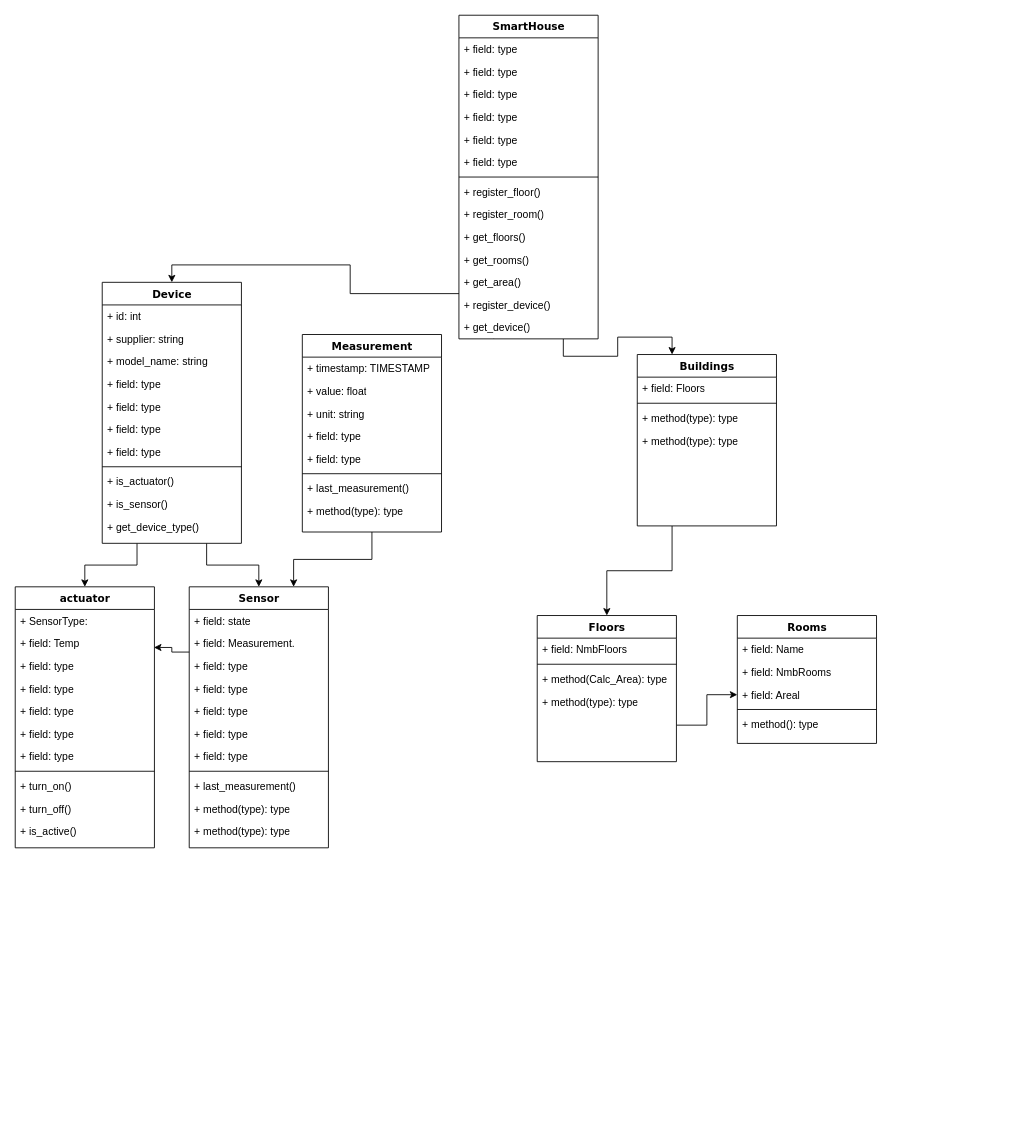
The draw.io diagram Untitled Diagram.drawio in Olesingithub/ing301project-gruppe10, before the edit. Source tidied: cells renumbered, new cells numbered last; positions are measured from the earlier drawing's top-left corner, leaving out a move shared by most shapes. Both pictures are drawn from the tidied source at 87%, with x=0, y=0 at pixel (15, 15).
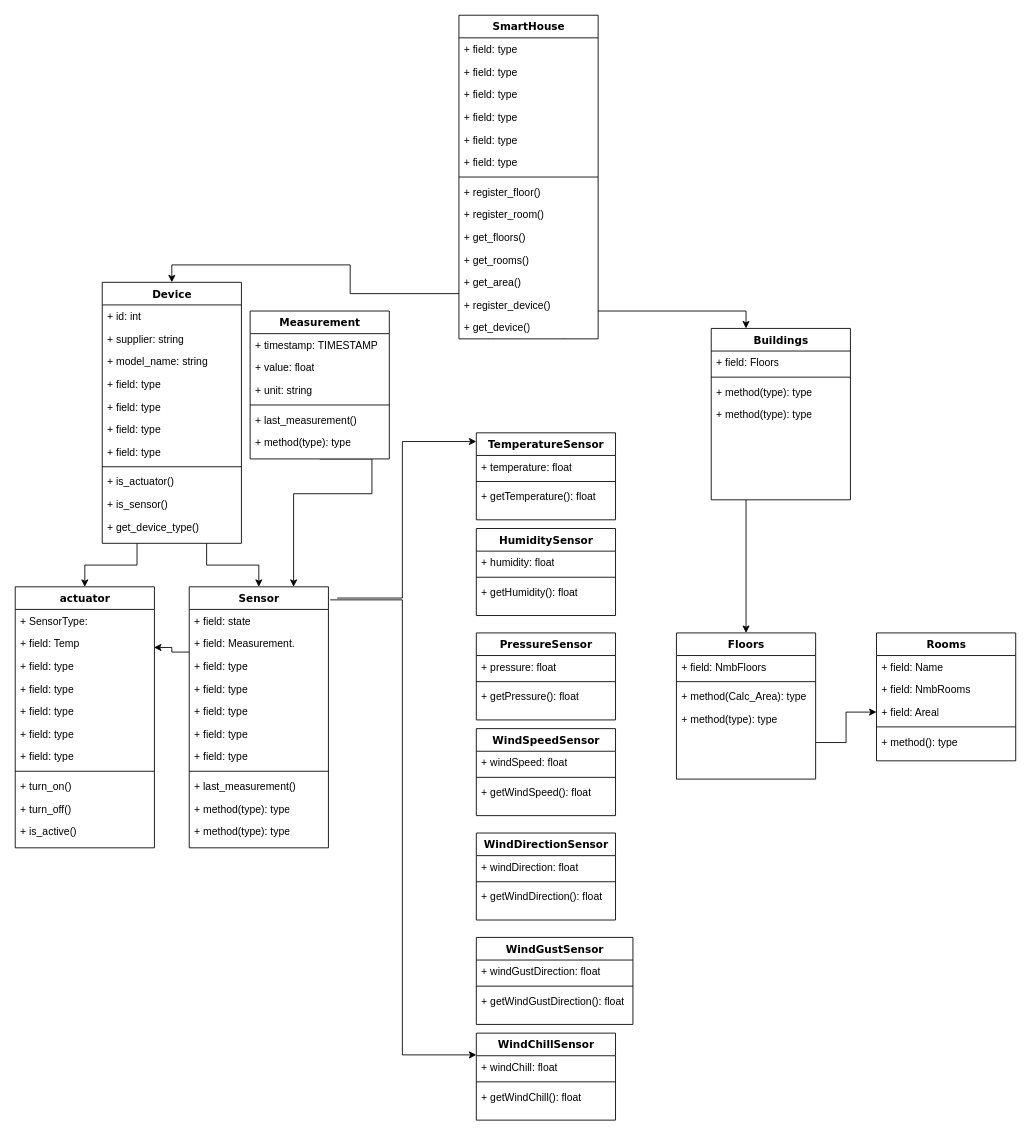
The same page after the edit.

Commit message (it also covers changes not shown here):
Added classes to diagram

Unchanged cells that the change refers to:
```xml
<mxCell id="14" value="SmartHouse" style="swimlane;html=1;fontStyle=1;align=center;verticalAlign=top;horizontal=1;startSize=26;swimlaneFillColor=#ffffff;rounded=0;shadow=0;comic=0;labelBackgroundColor=none;strokeWidth=1;fillColor=none;fontFamily=Verdana;fontSize=12;" parent="1" vertex="1">
  <mxGeometry x="510" width="160" height="372" as="geometry" />
</mxCell>
<mxCell id="35" value="Sensor" style="swimlane;html=1;fontStyle=1;align=center;verticalAlign=top;horizontal=1;startSize=26;swimlaneFillColor=#ffffff;rounded=0;shadow=0;comic=0;labelBackgroundColor=none;strokeWidth=1;fillColor=none;fontFamily=Verdana;fontSize=12;" parent="1" vertex="1">
  <mxGeometry x="200" y="657" width="160" height="300" as="geometry" />
</mxCell>
```

Change to the diagram source:
```diff
@@
     <mxCell id="2" style="edgeStyle=orthogonalEdgeStyle;rounded=0;jettySize=auto;html=1;exitX=0.5;exitY=1;exitDx=0;exitDy=0;entryX=0.75;entryY=0;entryDx=0;entryDy=0;" parent="1" edge="1" source="3" target="35">
-      <mxGeometry relative="1" as="geometry" />
+      <mxGeometry relative="1" as="geometry">
+        <Array as="points">
+          <mxPoint x="410" y="550" />
+          <mxPoint x="320" y="550" />
+        </Array>
+      </mxGeometry>
     </mxCell>
     <mxCell id="3" value="Measurement" style="swimlane;html=1;fontStyle=1;align=center;verticalAlign=top;horizontal=1;startSize=26;swimlaneFillColor=#ffffff;rounded=0;shadow=0;comic=0;labelBackgroundColor=none;strokeWidth=1;fillColor=none;fontFamily=Verdana;fontSize=12;" parent="1" vertex="1">
-      <mxGeometry x="330" y="367" width="160" height="227" as="geometry" />
+      <mxGeometry x="270" y="340" width="160" height="170" as="geometry" />
     </mxCell>
@@
-    <mxCell id="7" value="+ field: type" style="text;html=1;strokeColor=none;fillColor=none;align=left;verticalAlign=top;spacingLeft=4;spacingRight=4;whiteSpace=wrap;overflow=hidden;" parent="3" vertex="1">
-      <mxGeometry y="104" width="160" height="26" as="geometry" />
-    </mxCell>
-    <mxCell id="8" value="+ field: type" style="text;html=1;strokeColor=none;fillColor=none;align=left;verticalAlign=top;spacingLeft=4;spacingRight=4;whiteSpace=wrap;overflow=hidden;" parent="3" vertex="1">
-      <mxGeometry y="130" width="160" height="26" as="geometry" />
-    </mxCell>
     <mxCell id="9" style="line;html=1;strokeWidth=1;fillColor=none;align=left;verticalAlign=middle;spacingTop=-1;spacingLeft=3;spacingRight=3;labelPosition=right;" parent="3" vertex="1">
-      <mxGeometry y="156" width="160" height="8" as="geometry" />
+      <mxGeometry y="104" width="160" height="8" as="geometry" />
     </mxCell>
     <mxCell id="10" value="+ last_measurement()" style="text;html=1;strokeColor=none;fillColor=none;align=left;verticalAlign=top;spacingLeft=4;spacingRight=4;whiteSpace=wrap;overflow=hidden;" parent="3" vertex="1">
-      <mxGeometry y="164" width="160" height="26" as="geometry" />
+      <mxGeometry y="112" width="160" height="26" as="geometry" />
     </mxCell>
     <mxCell id="11" value="+ method(type): type" style="text;html=1;strokeColor=none;fillColor=none;align=left;verticalAlign=top;spacingLeft=4;spacingRight=4;whiteSpace=wrap;overflow=hidden;" parent="3" vertex="1">
-      <mxGeometry y="190" width="160" height="26" as="geometry" />
+      <mxGeometry y="138" width="160" height="26" as="geometry" />
     </mxCell>
@@
     <mxCell id="13" style="edgeStyle=orthogonalEdgeStyle;rounded=0;jettySize=auto;html=1;exitX=0.75;exitY=1;exitDx=0;exitDy=0;entryX=0.25;entryY=0;entryDx=0;entryDy=0;" parent="1" edge="1" source="14" target="30">
-      <mxGeometry relative="1" as="geometry" />
+      <mxGeometry relative="1" as="geometry">
+        <Array as="points">
+          <mxPoint x="630" y="340" />
+          <mxPoint x="840" y="340" />
+        </Array>
+      </mxGeometry>
     </mxCell>
@@
     <mxCell id="30" value="Buildings" style="swimlane;html=1;fontStyle=1;align=center;verticalAlign=top;horizontal=1;startSize=26;swimlaneFillColor=#ffffff;rounded=0;shadow=0;comic=0;labelBackgroundColor=none;strokeWidth=1;fillColor=none;fontFamily=Verdana;fontSize=12;" parent="1" vertex="1">
-      <mxGeometry x="715" y="390" width="160" height="197" as="geometry" />
+      <mxGeometry x="800" y="360" width="160" height="197" as="geometry" />
     </mxCell>
@@
     <mxCell id="48" value="Floors" style="swimlane;html=1;fontStyle=1;align=center;verticalAlign=top;horizontal=1;startSize=26;swimlaneFillColor=#ffffff;rounded=0;shadow=0;comic=0;labelBackgroundColor=none;strokeWidth=1;fillColor=none;fontFamily=Verdana;fontSize=12;" parent="1" vertex="1">
-      <mxGeometry x="600" y="690" width="160" height="168" as="geometry" />
+      <mxGeometry x="760" y="710" width="160" height="168" as="geometry" />
     </mxCell>
@@
     <mxCell id="53" value="Rooms" style="swimlane;html=1;fontStyle=1;align=center;verticalAlign=top;horizontal=1;startSize=26;swimlaneFillColor=#ffffff;rounded=0;shadow=0;comic=0;labelBackgroundColor=none;strokeWidth=1;fillColor=none;fontFamily=Verdana;fontSize=12;" parent="1" vertex="1">
-      <mxGeometry x="830" y="690" width="160" height="147" as="geometry" />
+      <mxGeometry x="990" y="710" width="160" height="147" as="geometry" />
     </mxCell>
@@
+    <mxCell id="86" value="TemperatureSensor" style="swimlane;html=1;fontStyle=1;align=center;verticalAlign=top;horizontal=1;startSize=26;swimlaneFillColor=#ffffff;rounded=0;shadow=0;comic=0;labelBackgroundColor=none;strokeWidth=1;fillColor=none;fontFamily=Verdana;fontSize=12;" parent="1" vertex="1">
+      <mxGeometry x="530" y="480" width="160" height="100" as="geometry" />
+    </mxCell>
+    <mxCell id="87" value="+ temperature: float&lt;div&gt;&lt;br&gt;&lt;/div&gt;" style="text;html=1;strokeColor=none;fillColor=none;align=left;verticalAlign=top;spacingLeft=4;spacingRight=4;whiteSpace=wrap;overflow=hidden;" parent="86" vertex="1">
+      <mxGeometry y="26" width="160" height="26" as="geometry" />
+    </mxCell>
+    <mxCell id="88" style="line;html=1;strokeWidth=1;fillColor=none;align=left;verticalAlign=middle;spacingTop=-1;spacingLeft=3;spacingRight=3;labelPosition=right;" parent="86" vertex="1">
+      <mxGeometry y="52" width="160" height="8" as="geometry" />
+    </mxCell>
+    <mxCell id="89" value="+ getTemperature(): float" style="text;html=1;strokeColor=none;fillColor=none;align=left;verticalAlign=top;spacingLeft=4;spacingRight=4;whiteSpace=wrap;overflow=hidden;" parent="86" vertex="1">
+      <mxGeometry y="60" width="160" height="26" as="geometry" />
+    </mxCell>
+    <mxCell id="90" value="HumiditySensor" style="swimlane;html=1;fontStyle=1;align=center;verticalAlign=top;horizontal=1;startSize=26;swimlaneFillColor=#ffffff;rounded=0;shadow=0;comic=0;labelBackgroundColor=none;strokeWidth=1;fillColor=none;fontFamily=Verdana;fontSize=12;" parent="1" vertex="1">
+      <mxGeometry x="530" y="590" width="160" height="100" as="geometry" />
+    </mxCell>
+    <mxCell id="91" value="+ humidity: float&lt;div&gt;&lt;div&gt;&lt;br&gt;&lt;/div&gt;&lt;/div&gt;" style="text;html=1;strokeColor=none;fillColor=none;align=left;verticalAlign=top;spacingLeft=4;spacingRight=4;whiteSpace=wrap;overflow=hidden;" parent="90" vertex="1">
+      <mxGeometry y="26" width="160" height="26" as="geometry" />
+    </mxCell>
+    <mxCell id="92" style="line;html=1;strokeWidth=1;fillColor=none;align=left;verticalAlign=middle;spacingTop=-1;spacingLeft=3;spacingRight=3;labelPosition=right;" parent="90" vertex="1">
+      <mxGeometry y="52" width="160" height="8" as="geometry" />
+    </mxCell>
+    <mxCell id="93" value="+ getHumidity(): float" style="text;html=1;strokeColor=none;fillColor=none;align=left;verticalAlign=top;spacingLeft=4;spacingRight=4;whiteSpace=wrap;overflow=hidden;" parent="90" vertex="1">
+      <mxGeometry y="60" width="160" height="26" as="geometry" />
+    </mxCell>
+    <mxCell id="94" value="PressureSensor" style="swimlane;html=1;fontStyle=1;align=center;verticalAlign=top;horizontal=1;startSize=26;swimlaneFillColor=#ffffff;rounded=0;shadow=0;comic=0;labelBackgroundColor=none;strokeWidth=1;fillColor=none;fontFamily=Verdana;fontSize=12;" parent="1" vertex="1">
+      <mxGeometry x="530" y="710" width="160" height="100" as="geometry" />
+    </mxCell>
+    <mxCell id="95" value="+ pressure: float" style="text;html=1;strokeColor=none;fillColor=none;align=left;verticalAlign=top;spacingLeft=4;spacingRight=4;whiteSpace=wrap;overflow=hidden;" parent="94" vertex="1">
+      <mxGeometry y="26" width="160" height="26" as="geometry" />
+    </mxCell>
+    <mxCell id="96" style="line;html=1;strokeWidth=1;fillColor=none;align=left;verticalAlign=middle;spacingTop=-1;spacingLeft=3;spacingRight=3;labelPosition=right;" parent="94" vertex="1">
+      <mxGeometry y="52" width="160" height="8" as="geometry" />
+    </mxCell>
+    <mxCell id="97" value="+ getPressure(): float" style="text;html=1;strokeColor=none;fillColor=none;align=left;verticalAlign=top;spacingLeft=4;spacingRight=4;whiteSpace=wrap;overflow=hidden;" parent="94" vertex="1">
+      <mxGeometry y="60" width="160" height="26" as="geometry" />
+    </mxCell>
+    <mxCell id="98" value="WindSpeedSensor" style="swimlane;html=1;fontStyle=1;align=center;verticalAlign=top;horizontal=1;startSize=26;swimlaneFillColor=#ffffff;rounded=0;shadow=0;comic=0;labelBackgroundColor=none;strokeWidth=1;fillColor=none;fontFamily=Verdana;fontSize=12;" parent="1" vertex="1">
+      <mxGeometry x="530" y="820" width="160" height="100" as="geometry" />
+    </mxCell>
+    <mxCell id="99" value="+ windSpeed: float&lt;div&gt;&lt;div&gt;&lt;br&gt;&lt;/div&gt;&lt;/div&gt;" style="text;html=1;strokeColor=none;fillColor=none;align=left;verticalAlign=top;spacingLeft=4;spacingRight=4;whiteSpace=wrap;overflow=hidden;" parent="98" vertex="1">
+      <mxGeometry y="26" width="160" height="26" as="geometry" />
+    </mxCell>
+    <mxCell id="100" style="line;html=1;strokeWidth=1;fillColor=none;align=left;verticalAlign=middle;spacingTop=-1;spacingLeft=3;spacingRight=3;labelPosition=right;" parent="98" vertex="1">
+      <mxGeometry y="52" width="160" height="8" as="geometry" />
+    </mxCell>
+    <mxCell id="101" value="+ getWindSpeed(): float" style="text;html=1;strokeColor=none;fillColor=none;align=left;verticalAlign=top;spacingLeft=4;spacingRight=4;whiteSpace=wrap;overflow=hidden;" parent="98" vertex="1">
+      <mxGeometry y="60" width="160" height="26" as="geometry" />
+    </mxCell>
+    <mxCell id="102" value="WindDirectionSensor" style="swimlane;html=1;fontStyle=1;align=center;verticalAlign=top;horizontal=1;startSize=26;swimlaneFillColor=#ffffff;rounded=0;shadow=0;comic=0;labelBackgroundColor=none;strokeWidth=1;fillColor=none;fontFamily=Verdana;fontSize=12;" parent="1" vertex="1">
+      <mxGeometry x="530" y="940" width="160" height="100" as="geometry" />
+    </mxCell>
+    <mxCell id="103" value="+ windDirection: float&lt;div&gt;&lt;div&gt;&lt;br&gt;&lt;/div&gt;&lt;/div&gt;" style="text;html=1;strokeColor=none;fillColor=none;align=left;verticalAlign=top;spacingLeft=4;spacingRight=4;whiteSpace=wrap;overflow=hidden;" parent="102" vertex="1">
+      <mxGeometry y="26" width="160" height="26" as="geometry" />
+    </mxCell>
+    <mxCell id="104" style="line;html=1;strokeWidth=1;fillColor=none;align=left;verticalAlign=middle;spacingTop=-1;spacingLeft=3;spacingRight=3;labelPosition=right;" parent="102" vertex="1">
+      <mxGeometry y="52" width="160" height="8" as="geometry" />
+    </mxCell>
+    <mxCell id="105" value="+ getWindDirection(): float" style="text;html=1;strokeColor=none;fillColor=none;align=left;verticalAlign=top;spacingLeft=4;spacingRight=4;whiteSpace=wrap;overflow=hidden;" parent="102" vertex="1">
+      <mxGeometry y="60" width="160" height="26" as="geometry" />
+    </mxCell>
+    <mxCell id="106" value="WindGustSensor" style="swimlane;html=1;fontStyle=1;align=center;verticalAlign=top;horizontal=1;startSize=26;swimlaneFillColor=#ffffff;rounded=0;shadow=0;comic=0;labelBackgroundColor=none;strokeWidth=1;fillColor=none;fontFamily=Verdana;fontSize=12;" parent="1" vertex="1">
+      <mxGeometry x="530" y="1060" width="180" height="100" as="geometry" />
+    </mxCell>
+    <mxCell id="107" value="+ windGustDirection: float" style="text;html=1;strokeColor=none;fillColor=none;align=left;verticalAlign=top;spacingLeft=4;spacingRight=4;whiteSpace=wrap;overflow=hidden;" parent="106" vertex="1">
+      <mxGeometry y="26" width="180" height="26" as="geometry" />
+    </mxCell>
+    <mxCell id="108" style="line;html=1;strokeWidth=1;fillColor=none;align=left;verticalAlign=middle;spacingTop=-1;spacingLeft=3;spacingRight=3;labelPosition=right;" parent="106" vertex="1">
+      <mxGeometry y="52" width="180" height="8" as="geometry" />
+    </mxCell>
+    <mxCell id="109" value="+ getWindGustDirection(): float" style="text;html=1;strokeColor=none;fillColor=none;align=left;verticalAlign=top;spacingLeft=4;spacingRight=4;whiteSpace=wrap;overflow=hidden;" parent="106" vertex="1">
+      <mxGeometry y="60" width="180" height="30" as="geometry" />
+    </mxCell>
+    <mxCell id="110" value="WindChillSensor" style="swimlane;html=1;fontStyle=1;align=center;verticalAlign=top;horizontal=1;startSize=26;swimlaneFillColor=#ffffff;rounded=0;shadow=0;comic=0;labelBackgroundColor=none;strokeWidth=1;fillColor=none;fontFamily=Verdana;fontSize=12;" parent="1" vertex="1">
+      <mxGeometry x="530" y="1170" width="160" height="100" as="geometry" />
+    </mxCell>
+    <mxCell id="111" value="+ windChill: float&lt;div&gt;&lt;div&gt;&lt;br&gt;&lt;/div&gt;&lt;/div&gt;" style="text;html=1;strokeColor=none;fillColor=none;align=left;verticalAlign=top;spacingLeft=4;spacingRight=4;whiteSpace=wrap;overflow=hidden;" parent="110" vertex="1">
+      <mxGeometry y="26" width="160" height="26" as="geometry" />
+    </mxCell>
+    <mxCell id="112" style="line;html=1;strokeWidth=1;fillColor=none;align=left;verticalAlign=middle;spacingTop=-1;spacingLeft=3;spacingRight=3;labelPosition=right;" parent="110" vertex="1">
+      <mxGeometry y="52" width="160" height="8" as="geometry" />
+    </mxCell>
+    <mxCell id="113" value="+ getWindChill(): float" style="text;html=1;strokeColor=none;fillColor=none;align=left;verticalAlign=top;spacingLeft=4;spacingRight=4;whiteSpace=wrap;overflow=hidden;" parent="110" vertex="1">
+      <mxGeometry y="60" width="160" height="26" as="geometry" />
+    </mxCell>
+    <mxCell id="114" style="edgeStyle=orthogonalEdgeStyle;rounded=0;jettySize=auto;html=1;exitX=1.013;exitY=0.05;exitDx=0;exitDy=0;entryX=0;entryY=0.25;entryDx=0;entryDy=0;exitPerimeter=0;" parent="1" edge="1" source="35" target="110">
+      <mxGeometry relative="1" as="geometry" />
+    </mxCell>
+    <mxCell id="115" style="edgeStyle=orthogonalEdgeStyle;rounded=0;jettySize=auto;html=1;entryX=0;entryY=0.1;entryDx=0;entryDy=0;entryPerimeter=0;exitX=1.063;exitY=0.043;exitDx=0;exitDy=0;exitPerimeter=0;" parent="1" edge="1" source="35" target="86">
+      <mxGeometry relative="1" as="geometry">
+        <Array as="points">
+          <mxPoint x="445" y="670" />
+          <mxPoint x="445" y="490" />
+        </Array>
+      </mxGeometry>
+    </mxCell>
```
